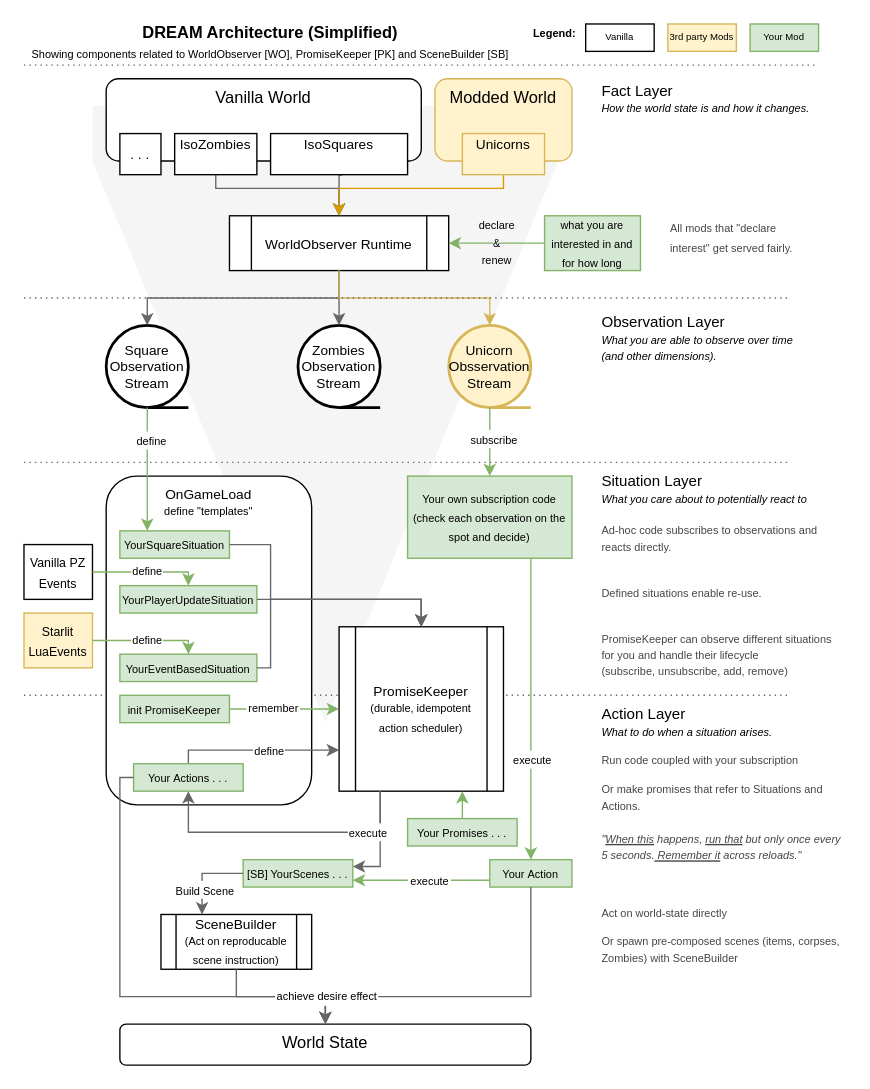
Before: diagrams/architecture_simple.drawio in christophstrasen/DREAM, a draw.io diagram. Source tidied: cells renumbered, new cells numbered last; positions are measured from the earlier drawing's top-left corner, leaving out a move shared by most shapes. Both pictures are drawn from the tidied source at 137%, with x=0, y=0 at pixel (23, 23).
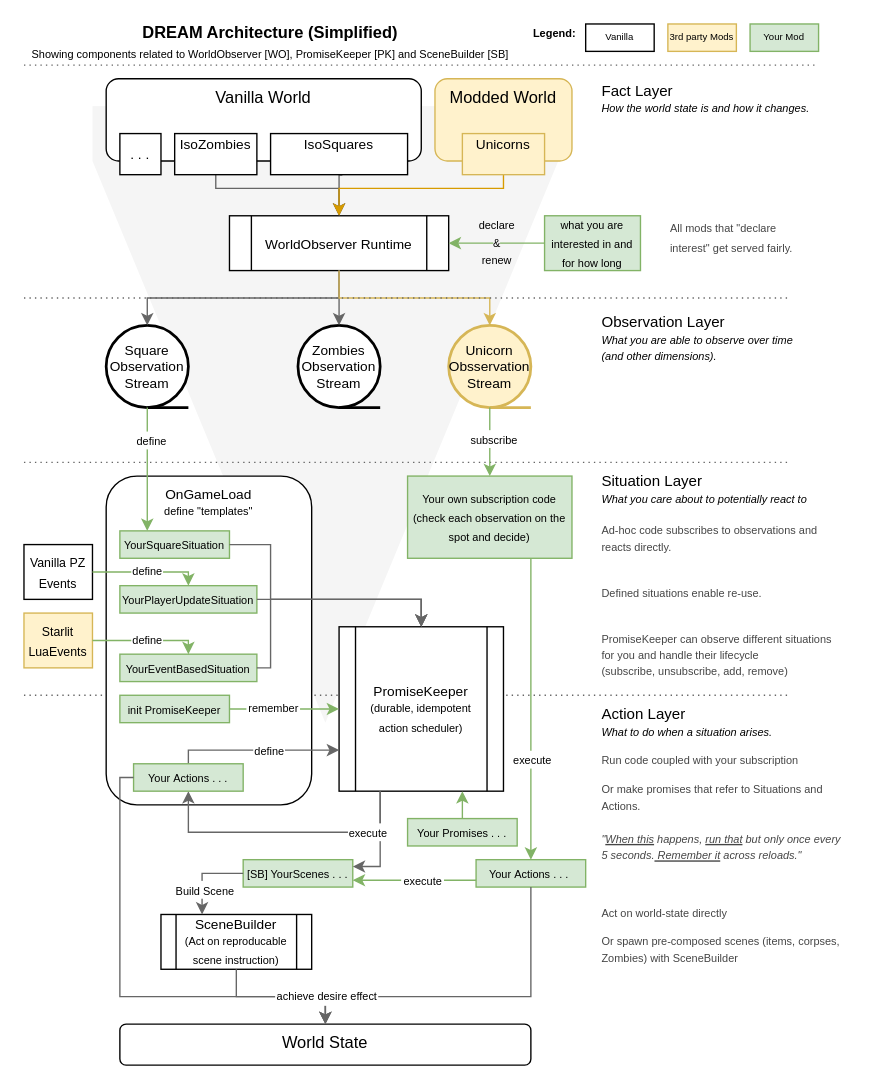
Above is the later version.

Diff of the diagram source:
```diff
@@
-    <mxCell id="39" value="&lt;div style=&quot;line-height: 100%;&quot;&gt;&lt;font style=&quot;&quot;&gt;&lt;font style=&quot;font-size: 8px;&quot;&gt;&lt;span style=&quot;background-color: transparent; color: light-dark(rgb(0, 0, 0), rgb(255, 255, 255));&quot;&gt;Your&amp;nbsp;&lt;/span&gt;Action&lt;/font&gt;&lt;/font&gt;&lt;/div&gt;" style="rounded=0;whiteSpace=wrap;html=1;fillColor=#d5e8d4;strokeColor=#82b366;" parent="1" vertex="1">
-      <mxGeometry x="340" y="610" width="60" height="20" as="geometry" />
+    <mxCell id="39" value="&lt;div style=&quot;line-height: 100%;&quot;&gt;&lt;font style=&quot;&quot;&gt;&lt;font style=&quot;font-size: 8px;&quot;&gt;&lt;span style=&quot;background-color: transparent; color: light-dark(rgb(0, 0, 0), rgb(255, 255, 255));&quot;&gt;Your&amp;nbsp;&lt;/span&gt;Actions . . .&amp;nbsp;&lt;/font&gt;&lt;/font&gt;&lt;/div&gt;" style="rounded=0;whiteSpace=wrap;html=1;fillColor=#d5e8d4;strokeColor=#82b366;" parent="1" vertex="1">
+      <mxGeometry x="330" y="610" width="80" height="20" as="geometry" />
     </mxCell>
```
